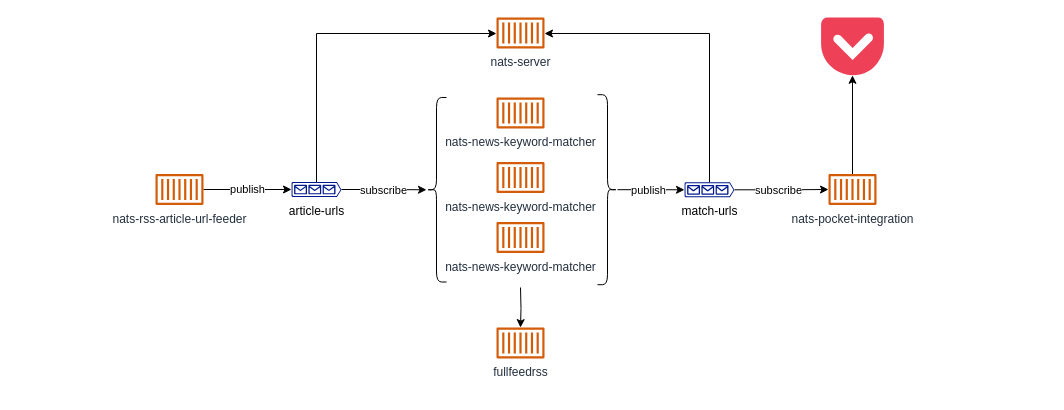
The draw.io diagram architecture.drawio in heussd/nats-news-analysis, before the edit. Source tidied: cells renumbered, new cells numbered last; positions are measured from the earlier drawing's top-left corner, leaving out a move shared by most shapes. Both pictures are drawn from the tidied source at 100%, with x=0, y=0 at pixel (155, 17).
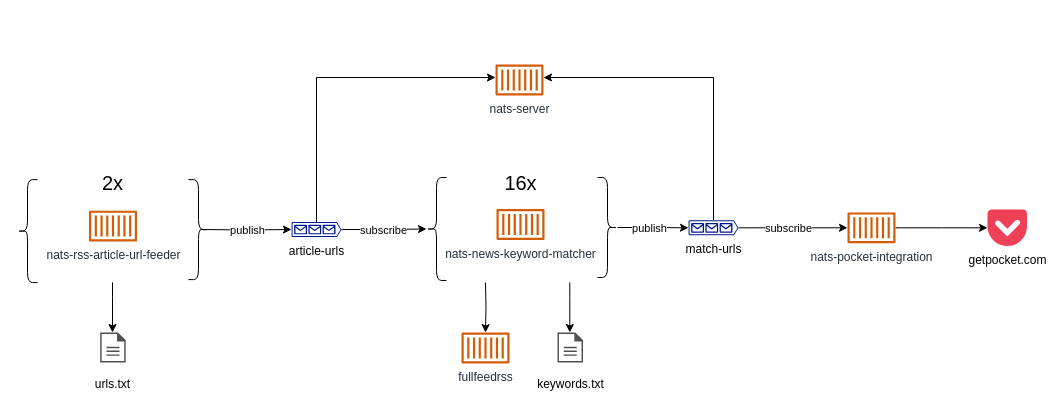
The same page after the edit.

What changed in the source:
```diff
@@
-    <mxCell id="4" style="edgeStyle=orthogonalEdgeStyle;rounded=0;jettySize=auto;html=1;" parent="1" edge="1" source="5" target="24">
+    <mxCell id="4" style="edgeStyle=orthogonalEdgeStyle;rounded=0;jettySize=auto;html=1;fontSize=20;" parent="1" edge="1" source="5" target="24">
       <mxGeometry relative="1" as="geometry">
         <Array as="points">
-          <mxPoint x="161" y="16" />
+          <mxPoint x="161" y="60" />
         </Array>
       </mxGeometry>
     </mxCell>
     <mxCell id="5" value="article-urls" style="sketch=0;shadow=0;dashed=0;html=1;strokeColor=none;labelPosition=center;verticalLabelPosition=bottom;verticalAlign=top;align=center;fillColor=#00188D;shape=mxgraph.azure.queue_generic;" parent="1" vertex="1">
-      <mxGeometry x="136" y="164.5" width="50" height="15" as="geometry" />
+      <mxGeometry x="136" y="204.5" width="50" height="15" as="geometry" />
     </mxCell>
-    <mxCell id="6" value="publish" style="edgeStyle=orthogonalEdgeStyle;rounded=0;jettySize=auto;html=1;" parent="1" edge="1" source="7" target="5">
-      <mxGeometry relative="1" as="geometry" />
+    <mxCell id="6" value="publish" style="edgeStyle=orthogonalEdgeStyle;rounded=0;jettySize=auto;html=1;exitX=0.1;exitY=0.5;exitDx=0;exitDy=0;exitPerimeter=0;" parent="1" edge="1" target="5">
+      <mxGeometry relative="1" as="geometry">
+        <mxPoint x="47" y="212" as="sourcePoint" />
+      </mxGeometry>
     </mxCell>
     <mxCell id="7" value="nats-rss-article-url-feeder" style="sketch=0;outlineConnect=0;fontColor=#232F3E;gradientColor=none;fillColor=#D45B07;strokeColor=none;dashed=0;verticalLabelPosition=bottom;verticalAlign=top;align=center;html=1;fontSize=12;fontStyle=0;shape=mxgraph.aws4.container_1;" parent="1" vertex="1">
-      <mxGeometry y="156.5" width="48" height="31" as="geometry" />
+      <mxGeometry x="-66.5" y="193.1" width="48" height="31" as="geometry" />
     </mxCell>
-    <mxCell id="8" value="nats-news-keyword-matcher" style="sketch=0;fontColor=#232F3E;gradientColor=none;fillColor=#D45B07;strokeColor=none;dashed=0;verticalLabelPosition=bottom;verticalAlign=top;align=center;html=1;fontSize=12;fontStyle=0;shape=mxgraph.aws4.container_1;" parent="1" vertex="1">
-      <mxGeometry x="341" y="80" width="48" height="31" as="geometry" />
-    </mxCell>
     <mxCell id="9" style="shape=curlyBracket;whiteSpace=wrap;html=1;rounded=1;" parent="1" vertex="1">
-      <mxGeometry x="271" y="80" width="20" height="184.5" as="geometry" />
+      <mxGeometry x="271" y="160" width="20" height="103" as="geometry" />
     </mxCell>
     <mxCell id="10" value="nats-news-keyword-matcher" style="sketch=0;fontColor=#232F3E;gradientColor=none;fillColor=#D45B07;strokeColor=none;dashed=0;verticalLabelPosition=bottom;verticalAlign=top;align=center;html=1;fontSize=12;fontStyle=0;shape=mxgraph.aws4.container_1;" parent="1" vertex="1">
-      <mxGeometry x="341" y="144.5" width="48" height="31" as="geometry" />
+      <mxGeometry x="341" y="191.5" width="48" height="31" as="geometry" />
     </mxCell>
     <mxCell id="11" style="edgeStyle=orthogonalEdgeStyle;rounded=0;jettySize=auto;html=1;" parent="1" edge="1" target="22">
       <mxGeometry relative="1" as="geometry">
-        <mxPoint x="365" y="270" as="sourcePoint" />
+        <mxPoint x="330" y="265" as="sourcePoint" />
       </mxGeometry>
     </mxCell>
-    <mxCell id="12" value="nats-news-keyword-matcher" style="sketch=0;fontColor=#232F3E;gradientColor=none;fillColor=#D45B07;strokeColor=none;dashed=0;verticalLabelPosition=bottom;verticalAlign=top;align=center;html=1;fontSize=12;fontStyle=0;shape=mxgraph.aws4.container_1;" parent="1" vertex="1">
-      <mxGeometry x="341" y="204.5" width="48" height="31" as="geometry" />
-    </mxCell>
@@
     <mxCell id="15" style="shape=curlyBracket;whiteSpace=wrap;html=1;rounded=1;flipH=1;" parent="1" vertex="1">
-      <mxGeometry x="442" y="77.2" width="20" height="190" as="geometry" />
+      <mxGeometry x="442" y="160" width="20" height="100" as="geometry" />
     </mxCell>
@@
-    <mxCell id="18" style="edgeStyle=orthogonalEdgeStyle;rounded=0;jettySize=auto;html=1;" parent="1" edge="1" source="19" target="24">
+    <mxCell id="18" style="edgeStyle=orthogonalEdgeStyle;rounded=0;jettySize=auto;html=1;fontSize=20;exitX=0.5;exitY=0;exitDx=0;exitDy=0;exitPerimeter=0;" parent="1" edge="1" source="19" target="24">
       <mxGeometry relative="1" as="geometry">
         <Array as="points">
-          <mxPoint x="554" y="16" />
+          <mxPoint x="558" y="60" />
         </Array>
       </mxGeometry>
     </mxCell>
     <mxCell id="19" value="match-urls" style="sketch=0;shadow=0;dashed=0;html=1;strokeColor=none;labelPosition=center;verticalLabelPosition=bottom;verticalAlign=top;align=center;fillColor=#00188D;shape=mxgraph.azure.queue_generic;" parent="1" vertex="1">
-      <mxGeometry x="529" y="164.8" width="50" height="15" as="geometry" />
+      <mxGeometry x="533" y="202.8" width="50" height="15" as="geometry" />
     </mxCell>
@@
     <mxCell id="21" value="nats-pocket-integration" style="sketch=0;outlineConnect=0;fontColor=#232F3E;gradientColor=none;fillColor=#D45B07;strokeColor=none;dashed=0;verticalLabelPosition=bottom;verticalAlign=top;align=center;html=1;fontSize=12;fontStyle=0;shape=mxgraph.aws4.container_1;" parent="1" vertex="1">
-      <mxGeometry x="673" y="156.5" width="48" height="31" as="geometry" />
+      <mxGeometry x="692" y="194.8" width="48" height="31" as="geometry" />
     </mxCell>
     <mxCell id="22" value="fullfeedrss" style="sketch=0;outlineConnect=0;fontColor=#232F3E;gradientColor=none;fillColor=#D45B07;strokeColor=none;dashed=0;verticalLabelPosition=bottom;verticalAlign=top;align=center;html=1;fontSize=12;fontStyle=0;shape=mxgraph.aws4.container_1;" parent="1" vertex="1">
-      <mxGeometry x="341" y="310" width="48" height="31" as="geometry" />
+      <mxGeometry x="306" y="315" width="48" height="31" as="geometry" />
     </mxCell>
-    <mxCell id="23" style="dashed=0;outlineConnect=0;html=1;align=center;labelPosition=center;verticalLabelPosition=bottom;verticalAlign=top;shape=mxgraph.weblogos.pocket;fillColor=#EE4056;strokeColor=none;" parent="1" vertex="1">
-      <mxGeometry x="665.6" width="62.8" height="57.8" as="geometry" />
+    <mxCell id="23" value="getpocket.com" style="dashed=0;outlineConnect=0;html=1;align=center;labelPosition=center;verticalLabelPosition=bottom;verticalAlign=top;shape=mxgraph.weblogos.pocket;fillColor=#EE4056;strokeColor=none;" parent="1" vertex="1">
+      <mxGeometry x="832" y="192.1" width="39.5" height="36.4" as="geometry" />
     </mxCell>
     <mxCell id="24" value="nats-server" style="sketch=0;outlineConnect=0;fontColor=#232F3E;gradientColor=none;fillColor=#D45B07;strokeColor=none;dashed=0;verticalLabelPosition=bottom;verticalAlign=top;align=center;html=1;fontSize=12;fontStyle=0;shape=mxgraph.aws4.container_1;" parent="1" vertex="1">
-      <mxGeometry x="341" width="48" height="31" as="geometry" />
+      <mxGeometry x="340" y="47" width="48" height="31" as="geometry" />
     </mxCell>
+    <mxCell id="25" value="&lt;font style=&quot;font-size: 20px;&quot;&gt;16x&lt;/font&gt;" style="text;html=1;strokeColor=none;fillColor=none;align=center;verticalAlign=middle;whiteSpace=wrap;rounded=0;" parent="1" vertex="1">
+      <mxGeometry x="336.5" y="150" width="57" height="30" as="geometry" />
+    </mxCell>
+    <mxCell id="26" style="shape=curlyBracket;whiteSpace=wrap;html=1;rounded=1;" parent="1" vertex="1">
+      <mxGeometry x="-138" y="162.1" width="20" height="103" as="geometry" />
+    </mxCell>
+    <mxCell id="27" style="shape=curlyBracket;whiteSpace=wrap;html=1;rounded=1;flipH=1;" parent="1" vertex="1">
+      <mxGeometry x="33" y="162.1" width="20" height="100" as="geometry" />
+    </mxCell>
+    <mxCell id="28" value="&lt;font style=&quot;font-size: 20px;&quot;&gt;2x&lt;/font&gt;" style="text;html=1;strokeColor=none;fillColor=none;align=center;verticalAlign=middle;whiteSpace=wrap;rounded=0;" parent="1" vertex="1">
+      <mxGeometry x="-71" y="150" width="57" height="30" as="geometry" />
+    </mxCell>
+    <mxCell id="29" value="&lt;font style=&quot;font-size: 12px;&quot;&gt;keywords.txt&lt;/font&gt;" style="sketch=0;shadow=0;dashed=0;html=1;strokeColor=none;fillColor=#505050;labelPosition=center;verticalLabelPosition=bottom;verticalAlign=top;align=center;shape=mxgraph.office.concepts.document;fontSize=20;" parent="1" vertex="1">
+      <mxGeometry x="402" y="315" width="25.5" height="30" as="geometry" />
+    </mxCell>
+    <mxCell id="30" style="edgeStyle=orthogonalEdgeStyle;rounded=0;orthogonalLoop=1;jettySize=auto;html=1;" parent="1" edge="1">
+      <mxGeometry relative="1" as="geometry">
+        <mxPoint x="414.3" y="264.9" as="sourcePoint" />
+        <mxPoint x="414.3" y="315" as="targetPoint" />
+        <Array as="points">
+          <mxPoint x="414.3" y="279.9" />
+          <mxPoint x="414.3" y="279.9" />
+        </Array>
+      </mxGeometry>
+    </mxCell>
+    <mxCell id="31" value="&lt;font style=&quot;font-size: 12px;&quot;&gt;urls.txt&lt;/font&gt;" style="sketch=0;shadow=0;dashed=0;html=1;strokeColor=none;fillColor=#505050;labelPosition=center;verticalLabelPosition=bottom;verticalAlign=top;align=center;shape=mxgraph.office.concepts.document;fontSize=20;" parent="1" vertex="1">
+      <mxGeometry x="-55.3" y="315" width="25.5" height="30" as="geometry" />
+    </mxCell>
+    <mxCell id="32" style="edgeStyle=orthogonalEdgeStyle;rounded=0;orthogonalLoop=1;jettySize=auto;html=1;" parent="1" edge="1">
+      <mxGeometry relative="1" as="geometry">
+        <mxPoint x="-43" y="264.9" as="sourcePoint" />
+        <mxPoint x="-43" y="315" as="targetPoint" />
+        <Array as="points">
+          <mxPoint x="-43" y="279.9" />
+          <mxPoint x="-43" y="279.9" />
+        </Array>
+      </mxGeometry>
+    </mxCell>
```
